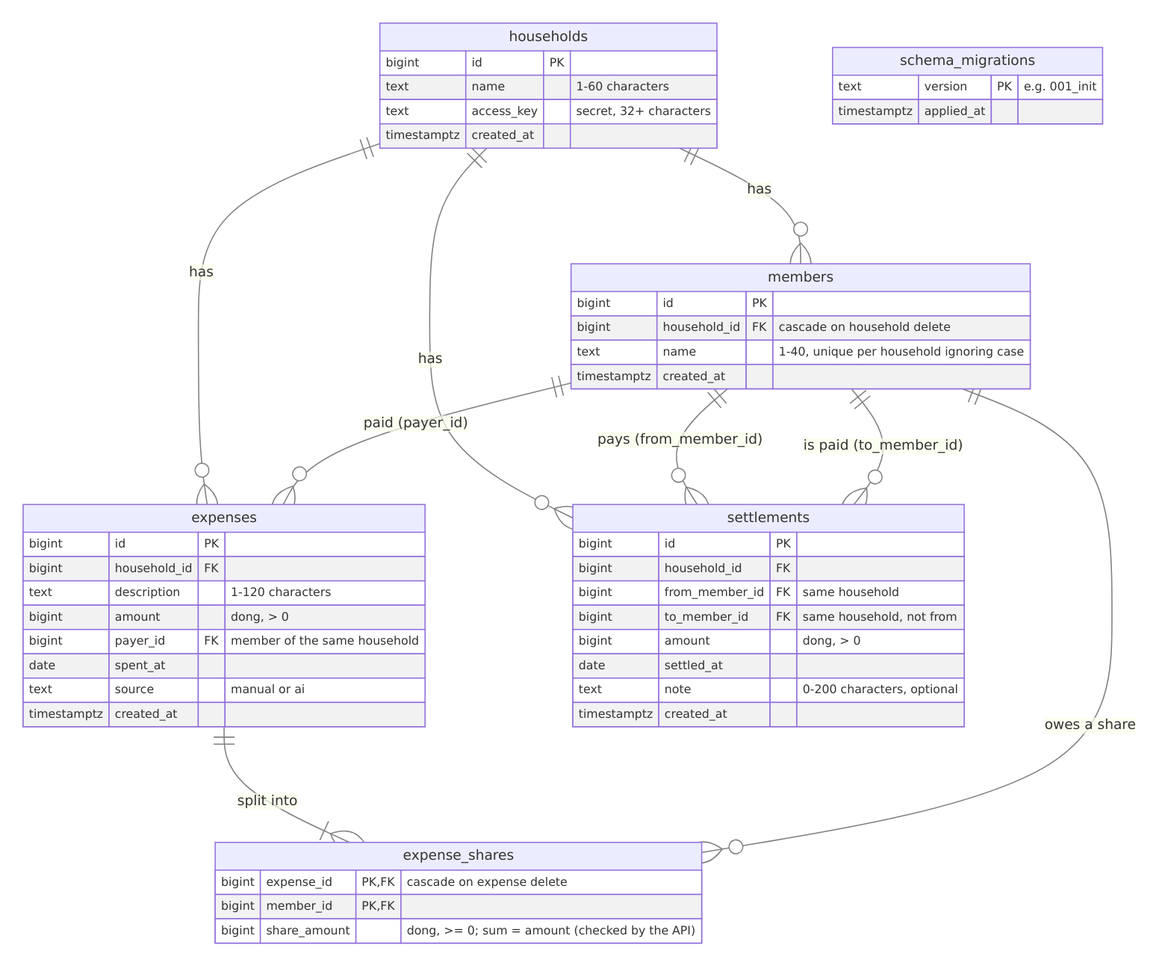
Above: docs/diagrams/er.png in NeitLN/Fair-Share (Mermaid), before the change. Its source is kept beside it as docs/diagrams/er.mmd.
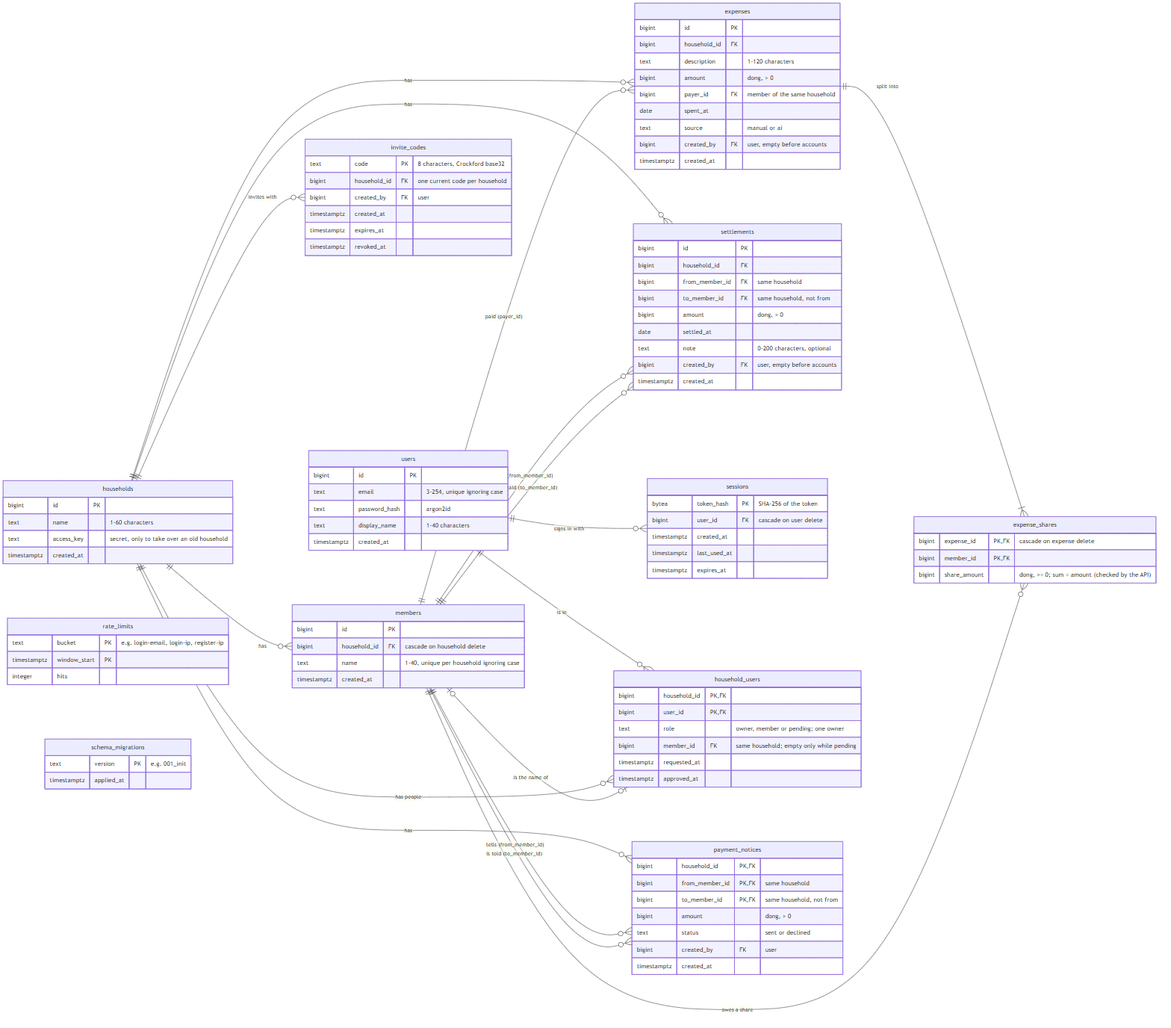
The same diagram one commit later.

Commit message:
docs(report): accounts in §2 and §5, ER diagram with the new tables

Diff of the diagram source:
```diff
@@ -1,4 +1,5 @@
 erDiagram
+    direction LR
     households ||--o{ members : "has"
     households ||--o{ expenses : "has"
     households ||--o{ settlements : "has"
@@ -7,11 +8,19 @@
     members ||--o{ expense_shares : "owes a share"
     members ||--o{ settlements : "pays (from_member_id)"
     members ||--o{ settlements : "is paid (to_member_id)"
+    users ||--o{ sessions : "signs in with"
+    users ||--o{ household_users : "is in"
+    households ||--o{ household_users : "has people"
+    members |o--o| household_users : "is the name of"
+    households ||--o{ invite_codes : "invites with"
+    households ||--o{ payment_notices : "has"
+    members ||--o{ payment_notices : "tells (from_member_id)"
+    members ||--o{ payment_notices : "is told (to_member_id)"
 
     households {
         bigint id PK
         text name "1-60 characters"
-        text access_key "secret, 32+ characters"
+        text access_key "secret, only to take over an old household"
         timestamptz created_at
     }
     members {
@@ -28,6 +37,7 @@
         bigint payer_id FK "member of the same household"
         date spent_at
         text source "manual or ai"
+        bigint created_by FK "user, empty before accounts"
         timestamptz created_at
     }
     expense_shares {
@@ -43,7 +53,52 @@
         bigint amount "dong, > 0"
         date settled_at
         text note "0-200 characters, optional"
+        bigint created_by FK "user, empty before accounts"
         timestamptz created_at
+    }
+    users {
+        bigint id PK
+        text email "3-254, unique ignoring case"
+        text password_hash "argon2id"
+        text display_name "1-40 characters"
+        timestamptz created_at
+    }
+    sessions {
+        bytea token_hash PK "SHA-256 of the token"
+        bigint user_id FK "cascade on user delete"
+        timestamptz created_at
+        timestamptz last_used_at
+        timestamptz expires_at
+    }
+    household_users {
+        bigint household_id PK, FK
+        bigint user_id PK, FK
+        text role "owner, member or pending; one owner"
+        bigint member_id FK "same household; empty only while pending"
+        timestamptz requested_at
+        timestamptz approved_at
+    }
+    invite_codes {
+        text code PK "8 characters, Crockford base32"
+        bigint household_id FK "one current code per household"
+        bigint created_by FK "user"
+        timestamptz created_at
+        timestamptz expires_at
+        timestamptz revoked_at
+    }
+    payment_notices {
+        bigint household_id PK, FK
+        bigint from_member_id PK, FK "same household"
+        bigint to_member_id PK, FK "same household, not from"
+        bigint amount "dong, > 0"
+        text status "sent or declined"
+        bigint created_by FK "user"
+        timestamptz created_at
+    }
+    rate_limits {
+        text bucket PK "e.g. login-email, login-ip, register-ip"
+        timestamptz window_start PK
+        integer hits
     }
     schema_migrations {
         text version PK "e.g. 001_init"
```
